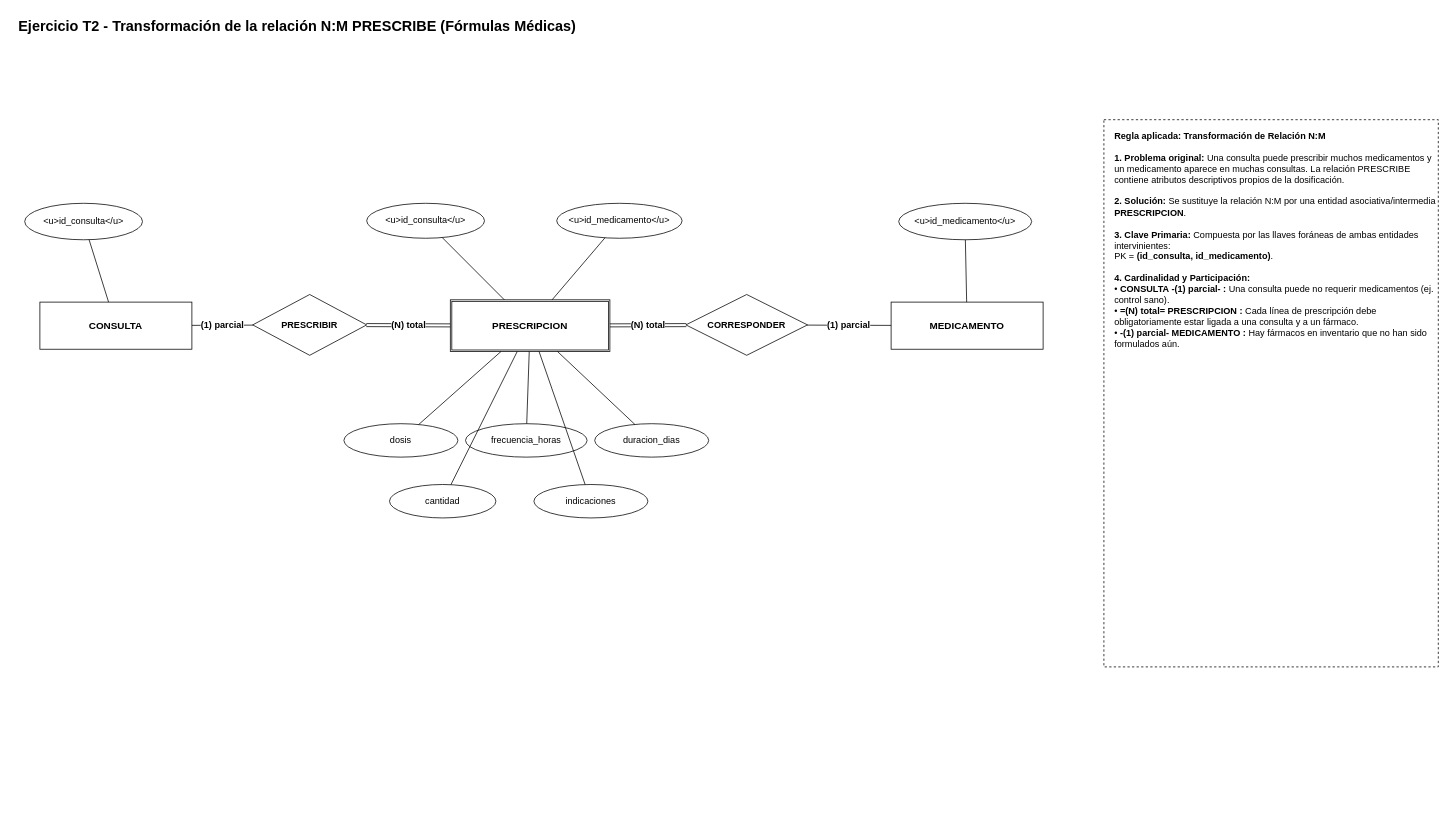
Before: documentos/fase1/diagramas_drawio/06_Transformacion_NM_PRESCRIPCION.drawio in Estarlan/proyecto-bd1-sigevet, a draw.io diagram. Source tidied: cells renumbered, new cells numbered last; positions are measured from the earlier drawing's top-left corner, leaving out a move shared by most shapes. Both pictures are drawn from the tidied source at 76%, with x=0, y=0 at pixel (17, 13).
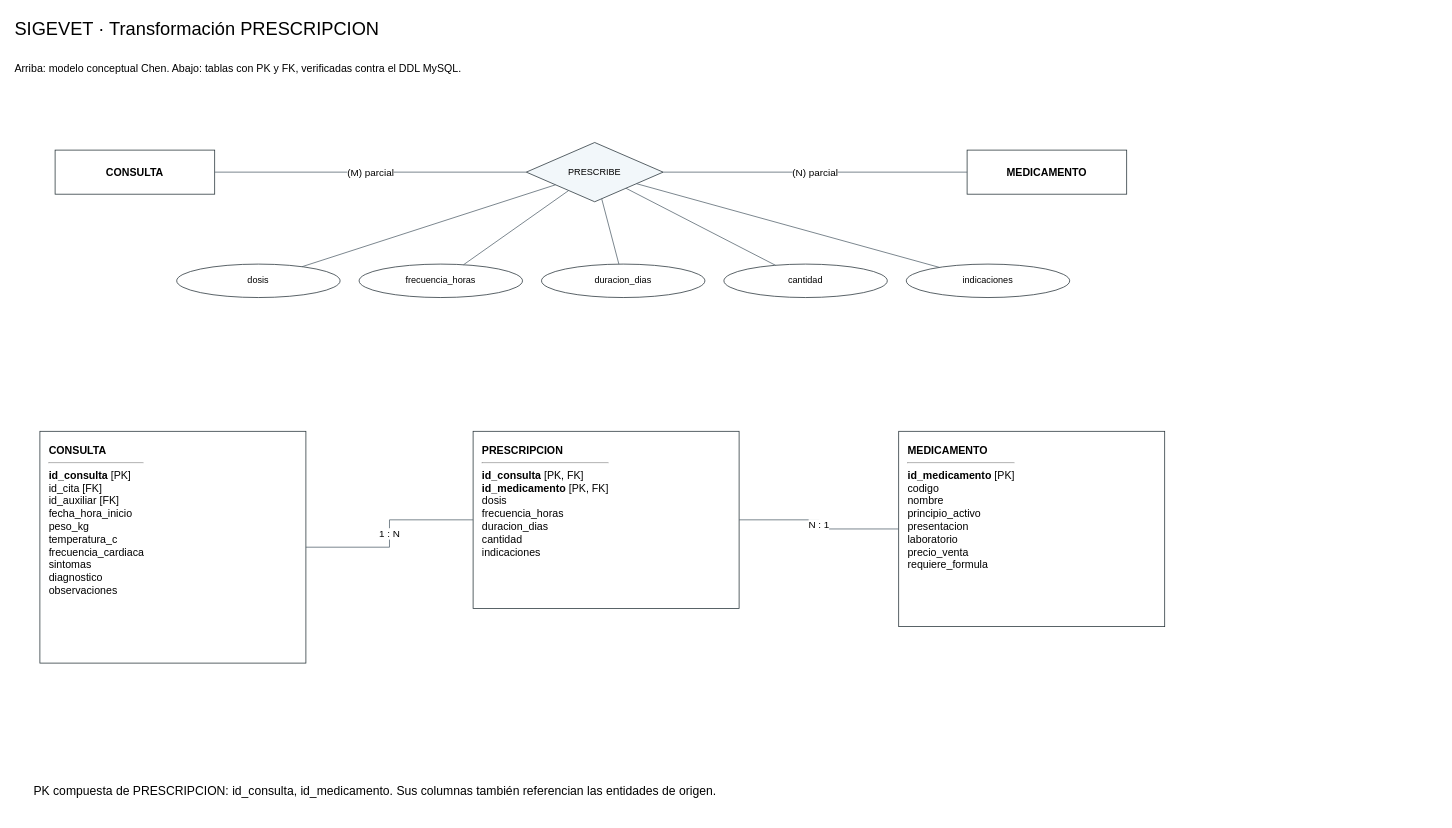
After the change.

What changed in the source:
```diff
@@
-<mxGraphModel>
+<mxGraphModel background="#ffffff">
@@
-    <mxCell id="2" value="Ejercicio T2 - Transformación de la relación N:M PRESCRIBE (Fórmulas Médicas)" style="text;html=1;align=left;fontSize=19;fontStyle=1;" parent="1" vertex="1">
-      <mxGeometry width="1500" height="34" as="geometry" />
-    </mxCell>
+    <mxCell id="31" value="SIGEVET · Transformación PRESCRIPCION" style="html=1;whiteSpace=wrap;fontFamily=Arial;fontSize=14;strokeColor=#263238;fillColor=#ffffff;text;strokeColor=none;fillColor=none;align=left;verticalAlign=middle;fontSize=24;" parent="1" vertex="1">
+      <mxGeometry x="-5" width="1560" height="42" as="geometry" />
+    </mxCell>
+    <mxCell id="32" value="Arriba: modelo conceptual Chen. Abajo: tablas con PK y FK, verificadas contra el DDL MySQL." style="html=1;whiteSpace=wrap;fontFamily=Arial;fontSize=14;strokeColor=#263238;fillColor=#ffffff;text;strokeColor=none;fillColor=none;align=left;verticalAlign=middle;fontSize=14;" parent="1" vertex="1">
+      <mxGeometry x="-5" y="45" width="1560" height="55" as="geometry" />
+    </mxCell>
-    <mxCell id="3" value="CONSULTA" style="rounded=0;whiteSpace=wrap;html=1;fillColor=none;fontSize=13;fontStyle=1;" parent="1" vertex="1">
-      <mxGeometry x="30" y="380" width="200" height="62" as="geometry" />
+    <mxCell id="3" value="CONSULTA" style="html=1;whiteSpace=wrap;fontFamily=Arial;fontSize=14;strokeColor=#263238;fillColor=#ffffff;rounded=0;fontStyle=1;" parent="1" vertex="1">
+      <mxGeometry x="50" y="180" width="210" height="58" as="geometry" />
     </mxCell>
-    <mxCell id="4" value="&amp;lt;u&amp;gt;id_consulta&amp;lt;/u&amp;gt;" style="ellipse;whiteSpace=wrap;html=1;fillColor=none;fontSize=12;" parent="1" vertex="1">
-      <mxGeometry x="10" y="250" width="155" height="48" as="geometry" />
-    </mxCell>
-    <mxCell id="5" style="html=1;endArrow=none;fontSize=12;fontStyle=1;" parent="1" edge="1" source="4" target="3">
-      <mxGeometry relative="1" as="geometry" />
-    </mxCell>
-    <mxCell id="6" value="PRESCRIBIR" style="rhombus;whiteSpace=wrap;html=1;fillColor=none;fontSize=12;fontStyle=1;" parent="1" vertex="1">
-      <mxGeometry x="310" y="370" width="150" height="80" as="geometry" />
-    </mxCell>
-    <mxCell id="7" value="(1) parcial" style="html=1;endArrow=none;fontSize=12;fontStyle=1;" parent="1" edge="1" source="3" target="6">
-      <mxGeometry relative="1" as="geometry" />
-    </mxCell>
-    <mxCell id="8" value="PRESCRIPCION" style="shape=ext;double=1;whiteSpace=wrap;html=1;fillColor=none;fontSize=13;fontStyle=1;" parent="1" vertex="1">
-      <mxGeometry x="570" y="377" width="210" height="68" as="geometry" />
-    </mxCell>
-    <mxCell id="9" value="(N) total" style="shape=link;html=1;endArrow=none;fontSize=12;fontStyle=1;" parent="1" edge="1" source="6" target="8">
-      <mxGeometry relative="1" as="geometry" />
-    </mxCell>
-    <mxCell id="10" value="CORRESPONDER" style="rhombus;whiteSpace=wrap;html=1;fillColor=none;fontSize=12;fontStyle=1;" parent="1" vertex="1">
-      <mxGeometry x="880" y="370" width="160" height="80" as="geometry" />
-    </mxCell>
-    <mxCell id="11" value="(N) total" style="shape=link;html=1;endArrow=none;fontSize=12;fontStyle=1;" parent="1" edge="1" source="8" target="10">
-      <mxGeometry relative="1" as="geometry" />
-    </mxCell>
-    <mxCell id="12" value="MEDICAMENTO" style="rounded=0;whiteSpace=wrap;html=1;fillColor=none;fontSize=13;fontStyle=1;" parent="1" vertex="1">
-      <mxGeometry x="1150" y="380" width="200" height="62" as="geometry" />
+    <mxCell id="12" value="MEDICAMENTO" style="html=1;whiteSpace=wrap;fontFamily=Arial;fontSize=14;strokeColor=#263238;fillColor=#ffffff;rounded=0;fontStyle=1;" parent="1" vertex="1">
+      <mxGeometry x="1250" y="180" width="210" height="58" as="geometry" />
     </mxCell>
-    <mxCell id="13" value="(1) parcial" style="html=1;endArrow=none;fontSize=12;fontStyle=1;" parent="1" edge="1" source="10" target="12">
-      <mxGeometry relative="1" as="geometry" />
-    </mxCell>
-    <mxCell id="14" value="&amp;lt;u&amp;gt;id_medicamento&amp;lt;/u&amp;gt;" style="ellipse;whiteSpace=wrap;html=1;fillColor=none;fontSize=12;" parent="1" vertex="1">
-      <mxGeometry x="1160" y="250" width="175" height="48" as="geometry" />
-    </mxCell>
-    <mxCell id="15" style="html=1;endArrow=none;fontSize=12;fontStyle=1;" parent="1" edge="1" source="14" target="12">
-      <mxGeometry relative="1" as="geometry" />
-    </mxCell>
-    <mxCell id="16" value="&amp;lt;u&amp;gt;id_consulta&amp;lt;/u&amp;gt;" style="ellipse;whiteSpace=wrap;html=1;fillColor=none;fontSize=12;" parent="1" vertex="1">
-      <mxGeometry x="460" y="250" width="155" height="46" as="geometry" />
-    </mxCell>
-    <mxCell id="17" value="&amp;lt;u&amp;gt;id_medicamento&amp;lt;/u&amp;gt;" style="ellipse;whiteSpace=wrap;html=1;fillColor=none;fontSize=12;" parent="1" vertex="1">
-      <mxGeometry x="710" y="250" width="165" height="46" as="geometry" />
-    </mxCell>
-    <mxCell id="18" style="html=1;endArrow=none;fontSize=12;fontStyle=1;" parent="1" edge="1" source="16" target="8">
-      <mxGeometry relative="1" as="geometry" />
-    </mxCell>
-    <mxCell id="19" style="html=1;endArrow=none;fontSize=12;fontStyle=1;" parent="1" edge="1" source="17" target="8">
-      <mxGeometry relative="1" as="geometry" />
-    </mxCell>
+    <mxCell id="33" value="PRESCRIBE" style="html=1;whiteSpace=wrap;fontFamily=Arial;fontSize=14;strokeColor=#263238;fillColor=#ffffff;rhombus;fontSize=12;fillColor=#f2f7fa;" parent="1" vertex="1">
+      <mxGeometry x="670" y="170" width="180" height="78" as="geometry" />
+    </mxCell>
+    <mxCell id="34" value="(M) parcial" style="html=1;endArrow=none;startArrow=none;fontFamily=Arial;fontSize=13;labelBackgroundColor=#ffffff;strokeColor=#52616b;rounded=0;jumpStyle=arc;" parent="1" edge="1" source="3" target="33">
+      <mxGeometry relative="1" as="geometry" />
+    </mxCell>
+    <mxCell id="35" value="(N) parcial" style="html=1;endArrow=none;startArrow=none;fontFamily=Arial;fontSize=13;labelBackgroundColor=#ffffff;strokeColor=#52616b;rounded=0;jumpStyle=arc;" parent="1" edge="1" source="33" target="12">
+      <mxGeometry relative="1" as="geometry" />
+    </mxCell>
-    <mxCell id="20" value="dosis" style="ellipse;whiteSpace=wrap;html=1;fillColor=none;fontSize=12;" parent="1" vertex="1">
-      <mxGeometry x="430" y="540" width="150" height="44" as="geometry" />
+    <mxCell id="20" value="dosis" style="html=1;whiteSpace=wrap;fontFamily=Arial;fontSize=14;strokeColor=#263238;fillColor=#ffffff;ellipse;fontSize=12;" parent="1" vertex="1">
+      <mxGeometry x="210" y="330" width="215" height="44" as="geometry" />
     </mxCell>
+    <mxCell id="36" style="html=1;endArrow=none;startArrow=none;fontFamily=Arial;fontSize=13;labelBackgroundColor=#ffffff;strokeColor=#52616b;rounded=0;jumpStyle=arc;" parent="1" edge="1" source="33" target="20">
+      <mxGeometry relative="1" as="geometry" />
+    </mxCell>
-    <mxCell id="21" value="frecuencia_horas" style="ellipse;whiteSpace=wrap;html=1;fillColor=none;fontSize=12;" parent="1" vertex="1">
-      <mxGeometry x="590" y="540" width="160" height="44" as="geometry" />
+    <mxCell id="21" value="frecuencia_horas" style="html=1;whiteSpace=wrap;fontFamily=Arial;fontSize=14;strokeColor=#263238;fillColor=#ffffff;ellipse;fontSize=12;" parent="1" vertex="1">
+      <mxGeometry x="450" y="330" width="215" height="44" as="geometry" />
     </mxCell>
+    <mxCell id="37" style="html=1;endArrow=none;startArrow=none;fontFamily=Arial;fontSize=13;labelBackgroundColor=#ffffff;strokeColor=#52616b;rounded=0;jumpStyle=arc;" parent="1" edge="1" source="33" target="21">
+      <mxGeometry relative="1" as="geometry" />
+    </mxCell>
-    <mxCell id="22" value="duracion_dias" style="ellipse;whiteSpace=wrap;html=1;fillColor=none;fontSize=12;" parent="1" vertex="1">
-      <mxGeometry x="760" y="540" width="150" height="44" as="geometry" />
+    <mxCell id="22" value="duracion_dias" style="html=1;whiteSpace=wrap;fontFamily=Arial;fontSize=14;strokeColor=#263238;fillColor=#ffffff;ellipse;fontSize=12;" parent="1" vertex="1">
+      <mxGeometry x="690" y="330" width="215" height="44" as="geometry" />
     </mxCell>
+    <mxCell id="38" style="html=1;endArrow=none;startArrow=none;fontFamily=Arial;fontSize=13;labelBackgroundColor=#ffffff;strokeColor=#52616b;rounded=0;jumpStyle=arc;" parent="1" edge="1" source="33" target="22">
+      <mxGeometry relative="1" as="geometry" />
+    </mxCell>
-    <mxCell id="23" value="cantidad" style="ellipse;whiteSpace=wrap;html=1;fillColor=none;fontSize=12;" parent="1" vertex="1">
-      <mxGeometry x="490" y="620" width="140" height="44" as="geometry" />
+    <mxCell id="23" value="cantidad" style="html=1;whiteSpace=wrap;fontFamily=Arial;fontSize=14;strokeColor=#263238;fillColor=#ffffff;ellipse;fontSize=12;" parent="1" vertex="1">
+      <mxGeometry x="930" y="330" width="215" height="44" as="geometry" />
     </mxCell>
+    <mxCell id="39" style="html=1;endArrow=none;startArrow=none;fontFamily=Arial;fontSize=13;labelBackgroundColor=#ffffff;strokeColor=#52616b;rounded=0;jumpStyle=arc;" parent="1" edge="1" source="33" target="23">
+      <mxGeometry relative="1" as="geometry" />
+    </mxCell>
-    <mxCell id="24" value="indicaciones" style="ellipse;whiteSpace=wrap;html=1;fillColor=none;fontSize=12;" parent="1" vertex="1">
-      <mxGeometry x="680" y="620" width="150" height="44" as="geometry" />
+    <mxCell id="24" value="indicaciones" style="html=1;whiteSpace=wrap;fontFamily=Arial;fontSize=14;strokeColor=#263238;fillColor=#ffffff;ellipse;fontSize=12;" parent="1" vertex="1">
+      <mxGeometry x="1170" y="330" width="215" height="44" as="geometry" />
     </mxCell>
-    <mxCell id="25" style="html=1;endArrow=none;fontSize=12;fontStyle=1;" parent="1" edge="1" source="20" target="8">
-      <mxGeometry relative="1" as="geometry" />
-    </mxCell>
-    <mxCell id="26" style="html=1;endArrow=none;fontSize=12;fontStyle=1;" parent="1" edge="1" source="21" target="8">
-      <mxGeometry relative="1" as="geometry" />
-    </mxCell>
-    <mxCell id="27" style="html=1;endArrow=none;fontSize=12;fontStyle=1;" parent="1" edge="1" source="22" target="8">
-      <mxGeometry relative="1" as="geometry" />
-    </mxCell>
-    <mxCell id="28" style="html=1;endArrow=none;fontSize=12;fontStyle=1;" parent="1" edge="1" source="23" target="8">
-      <mxGeometry relative="1" as="geometry" />
-    </mxCell>
-    <mxCell id="29" style="html=1;endArrow=none;fontSize=12;fontStyle=1;" parent="1" edge="1" source="24" target="8">
-      <mxGeometry relative="1" as="geometry" />
-    </mxCell>
-    <mxCell id="30" value="&lt;b&gt;Regla aplicada: Transformación de Relación N:M&lt;/b&gt;&lt;br&gt;&lt;br&gt;&lt;b&gt;1. Problema original:&lt;/b&gt; Una consulta puede prescribir muchos medicamentos y un medicamento aparece en muchas consultas. La relación PRESCRIBE contiene atributos descriptivos propios de la dosificación.&lt;br&gt;&lt;br&gt;&lt;b&gt;2. Solución:&lt;/b&gt; Se sustituye la relación N:M por una entidad asociativa/intermedia &lt;b&gt;PRESCRIPCION&lt;/b&gt;.&lt;br&gt;&lt;br&gt;&lt;b&gt;3. Clave Primaria:&lt;/b&gt; Compuesta por las llaves foráneas de ambas entidades intervinientes:&lt;br&gt;PK = &lt;b&gt;(id_consulta, id_medicamento)&lt;/b&gt;.&lt;br&gt;&lt;br&gt;&lt;b&gt;4. Cardinalidad y Participación:&lt;/b&gt;&lt;br&gt;• &lt;b&gt;CONSULTA -(1) parcial- :&lt;/b&gt; Una consulta puede no requerir medicamentos (ej. control sano).&lt;br&gt;• &lt;b&gt;=(N) total= PRESCRIPCION :&lt;/b&gt; Cada línea de prescripción debe obligatoriamente estar ligada a una consulta y a un fármaco.&lt;br&gt;• &lt;b&gt;-(1) parcial- MEDICAMENTO :&lt;/b&gt; Hay fármacos en inventario que no han sido formulados aún." style="rounded=0;whiteSpace=wrap;html=1;align=left;verticalAlign=top;spacingLeft=12;spacingTop=8;fillColor=none;dashed=1;fontSize=12;" parent="1" vertex="1">
-      <mxGeometry x="1430" y="140" width="440" height="720" as="geometry" />
-    </mxCell>
+    <mxCell id="40" style="html=1;endArrow=none;startArrow=none;fontFamily=Arial;fontSize=13;labelBackgroundColor=#ffffff;strokeColor=#52616b;rounded=0;jumpStyle=arc;" parent="1" edge="1" source="33" target="24">
+      <mxGeometry relative="1" as="geometry" />
+    </mxCell>
+    <mxCell id="41" value="&lt;b&gt;CONSULTA&lt;/b&gt;&lt;hr&gt;&lt;b&gt;id_consulta&lt;/b&gt; [PK]&lt;br&gt;id_cita [FK]&lt;br&gt;id_auxiliar [FK]&lt;br&gt;fecha_hora_inicio&lt;br&gt;peso_kg&lt;br&gt;temperatura_c&lt;br&gt;frecuencia_cardiaca&lt;br&gt;sintomas&lt;br&gt;diagnostico&lt;br&gt;observaciones" style="html=1;whiteSpace=wrap;fontFamily=Arial;fontSize=14;strokeColor=#263238;fillColor=#ffffff;align=left;verticalAlign=top;spacing=12;" parent="1" vertex="1">
+      <mxGeometry x="30" y="550" width="350" height="305" as="geometry" />
+    </mxCell>
+    <mxCell id="42" value="&lt;b&gt;MEDICAMENTO&lt;/b&gt;&lt;hr&gt;&lt;b&gt;id_medicamento&lt;/b&gt; [PK]&lt;br&gt;codigo&lt;br&gt;nombre&lt;br&gt;principio_activo&lt;br&gt;presentacion&lt;br&gt;laboratorio&lt;br&gt;precio_venta&lt;br&gt;requiere_formula" style="html=1;whiteSpace=wrap;fontFamily=Arial;fontSize=14;strokeColor=#263238;fillColor=#ffffff;align=left;verticalAlign=top;spacing=12;" parent="1" vertex="1">
+      <mxGeometry x="1160" y="550" width="350" height="257" as="geometry" />
+    </mxCell>
+    <mxCell id="43" value="&lt;b&gt;PRESCRIPCION&lt;/b&gt;&lt;hr&gt;&lt;b&gt;id_consulta&lt;/b&gt; [PK, FK]&lt;br&gt;&lt;b&gt;id_medicamento&lt;/b&gt; [PK, FK]&lt;br&gt;dosis&lt;br&gt;frecuencia_horas&lt;br&gt;duracion_dias&lt;br&gt;cantidad&lt;br&gt;indicaciones" style="html=1;whiteSpace=wrap;fontFamily=Arial;fontSize=14;strokeColor=#263238;fillColor=#ffffff;align=left;verticalAlign=top;spacing=12;" parent="1" vertex="1">
+      <mxGeometry x="600" y="550" width="350" height="233" as="geometry" />
+    </mxCell>
+    <mxCell id="44" value="1 : N" style="html=1;endArrow=none;startArrow=none;fontFamily=Arial;fontSize=13;labelBackgroundColor=#ffffff;strokeColor=#52616b;rounded=0;jumpStyle=arc;edgeStyle=orthogonalEdgeStyle;" parent="1" edge="1" source="41" target="43">
+      <mxGeometry relative="1" as="geometry" />
+    </mxCell>
+    <mxCell id="45" value="N : 1" style="html=1;endArrow=none;startArrow=none;fontFamily=Arial;fontSize=13;labelBackgroundColor=#ffffff;strokeColor=#52616b;rounded=0;jumpStyle=arc;edgeStyle=orthogonalEdgeStyle;" parent="1" edge="1" source="43" target="42">
+      <mxGeometry relative="1" as="geometry" />
+    </mxCell>
+    <mxCell id="46" value="PK compuesta de PRESCRIPCION: id_consulta, id_medicamento. Sus columnas también referencian las entidades de origen." style="html=1;whiteSpace=wrap;fontFamily=Arial;fontSize=14;strokeColor=#263238;fillColor=#ffffff;text;strokeColor=none;fillColor=none;align=left;verticalAlign=middle;fontSize=16;" parent="1" vertex="1">
+      <mxGeometry x="20" y="990" width="1500" height="65" as="geometry" />
+    </mxCell>
```
